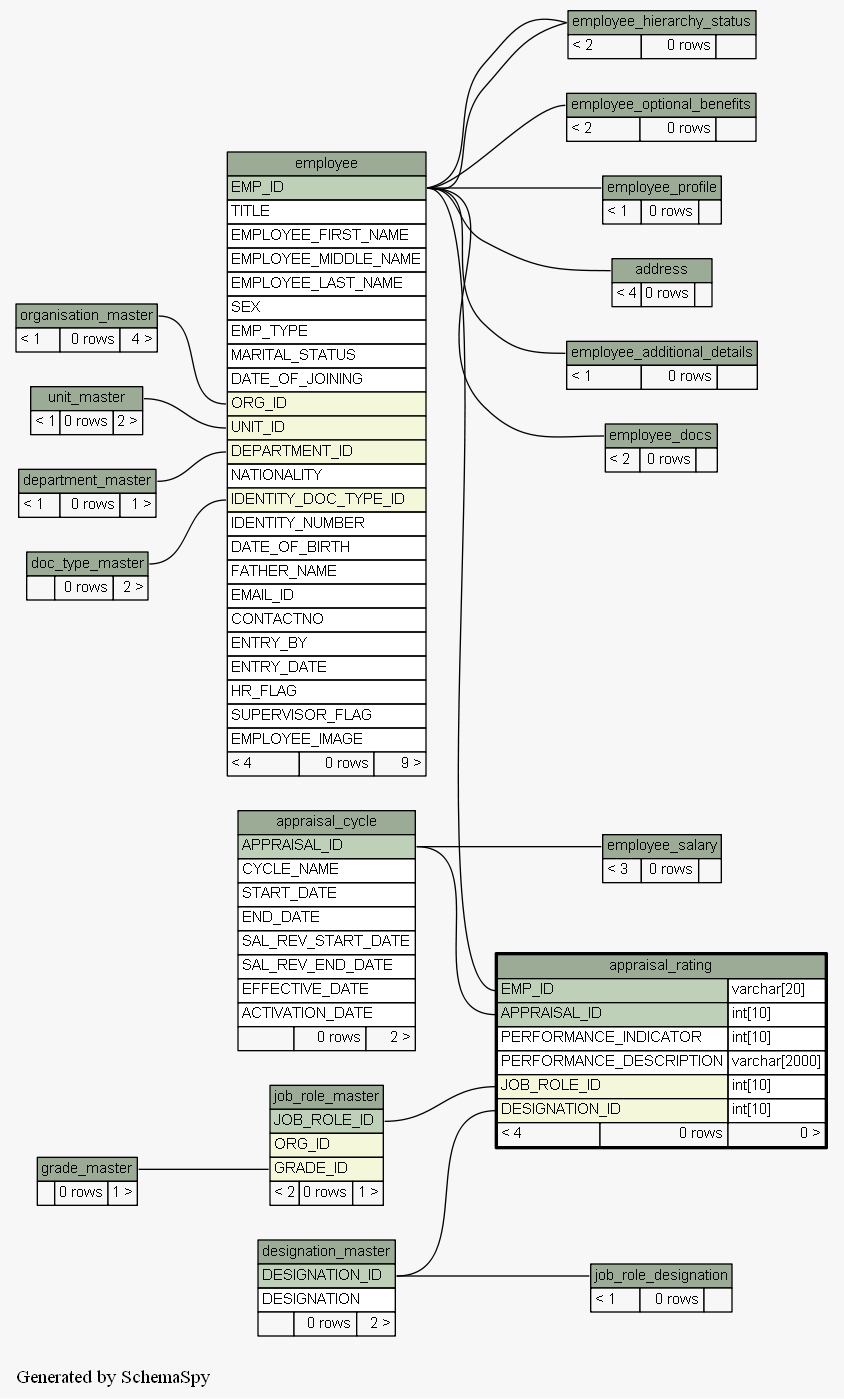
Above: docs/database/schemaspy/graphs/appraisal_rating.2degrees.png in engineerscraft/hrms (Graphviz), before the change. Its source is kept beside it as docs/database/schemaspy/graphs/appraisal_rating.2degrees.dot.
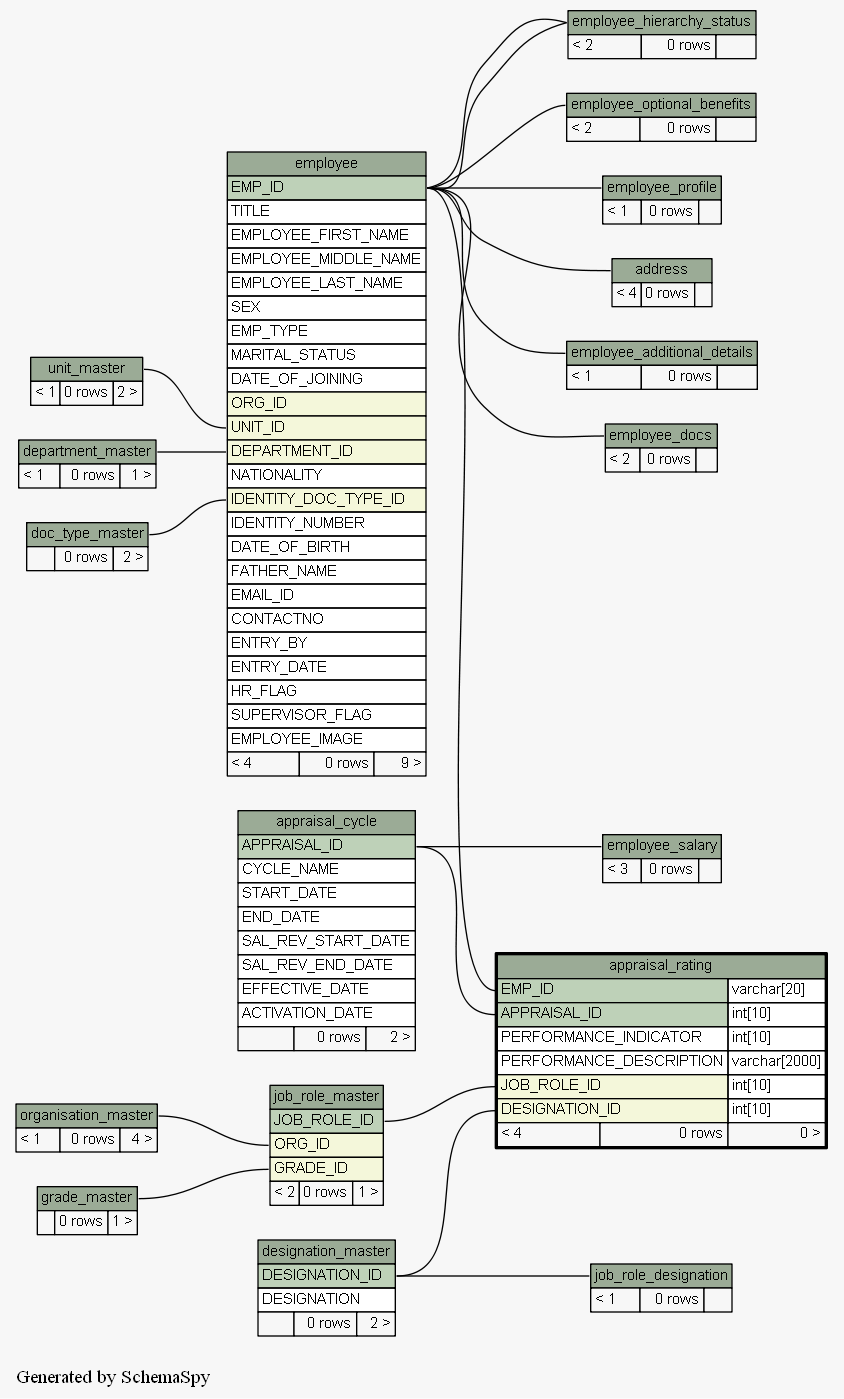
The same diagram one commit later.

The edit, as a diff of the source:
```diff
@@ -20,7 +20,6 @@
   "appraisal_rating":"JOB_ROLE_ID":w -> "job_role_master":"JOB_ROLE_ID":e [arrowtail=crowodot arrowhead=none];
   "employee":"DEPARTMENT_ID":w -> "department_master":"department_master.heading":e [arrowtail=crowodot arrowhead=none];
   "employee":"IDENTITY_DOC_TYPE_ID":w -> "doc_type_master":"doc_type_master.heading":e [arrowtail=crowodot arrowhead=none];
-  "employee":"ORG_ID":w -> "organisation_master":"organisation_master.heading":e [arrowtail=crowodot arrowhead=none];
   "employee":"UNIT_ID":w -> "unit_master":"unit_master.heading":e [arrowtail=crowodot arrowhead=none];
   "employee_additional_details":"employee_additional_details.heading":w -> "employee":"EMP_ID":e [arrowtail=tee arrowhead=none];
   "employee_docs":"employee_docs.heading":w -> "employee":"EMP_ID":e [arrowtail=crowtee arrowhead=none];
@@ -31,6 +30,7 @@
   "employee_salary":"employee_salary.heading":w -> "appraisal_cycle":"APPRAISAL_ID":e [arrowtail=crowtee arrowhead=none];
   "job_role_designation":"job_role_designation.heading":w -> "designation_master":"DESIGNATION_ID":e [arrowtail=crowtee arrowhead=none];
   "job_role_master":"GRADE_ID":w -> "grade_master":"grade_master.heading":e [arrowtail=crowodot arrowhead=none];
+  "job_role_master":"ORG_ID":w -> "organisation_master":"organisation_master.heading":e [arrowtail=crowodot arrowhead=none];
   "address" [
     label=<
     <TABLE BORDER="0" CELLBORDER="1" CELLSPACING="0" BGCOLOR="#ffffff">
```
